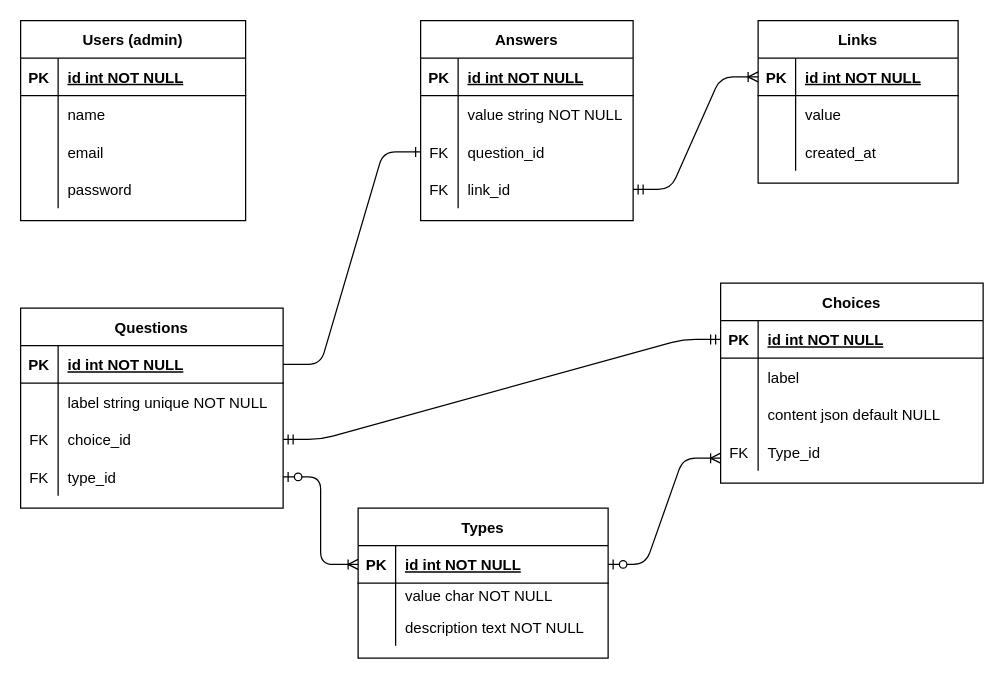
The draw.io diagram Untitled Diagram.drawio in tsioryras/conception_bigscreen, before the edit. Source tidied: cells renumbered, new cells numbered last; positions are measured from the earlier drawing's top-left corner, leaving out a move shared by most shapes. Both pictures are drawn from the tidied source at 125%, with x=0, y=0 at pixel (20, 20).
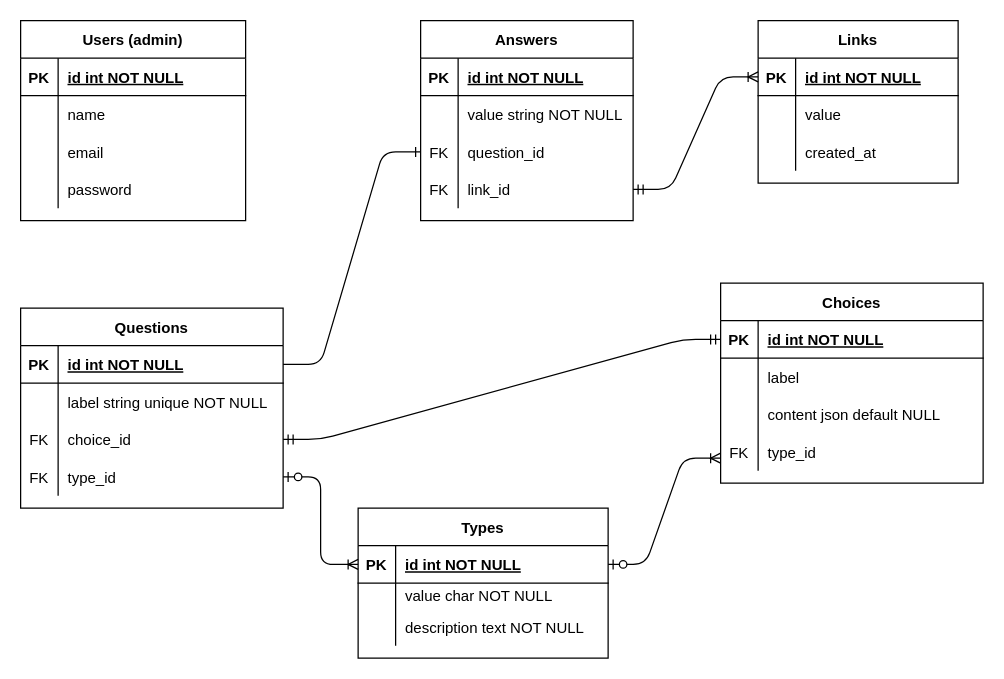
The same diagram, later.

Unchanged cells that the change refers to:
```xml
<mxCell id="77" style="shape=partialRectangle;fillColor=none;top=0;left=0;bottom=0;right=0;" parent="67" vertex="1">
  <mxGeometry y="120" width="210" height="30" as="geometry" />
</mxCell>
```

What changed in the source:
```diff
@@
-    <mxCell id="79" value="Type_id" style="shape=partialRectangle;fillColor=none;top=0;left=0;bottom=0;right=0;align=left;spacingLeft=6;fontStyle=0;overflow=hidden;" parent="77" vertex="1">
+    <mxCell id="79" value="type_id" style="shape=partialRectangle;fillColor=none;top=0;left=0;bottom=0;right=0;align=left;spacingLeft=6;fontStyle=0;overflow=hidden;" parent="77" vertex="1">
       <mxGeometry x="30" width="180" height="30" as="geometry" />
     </mxCell>
```
